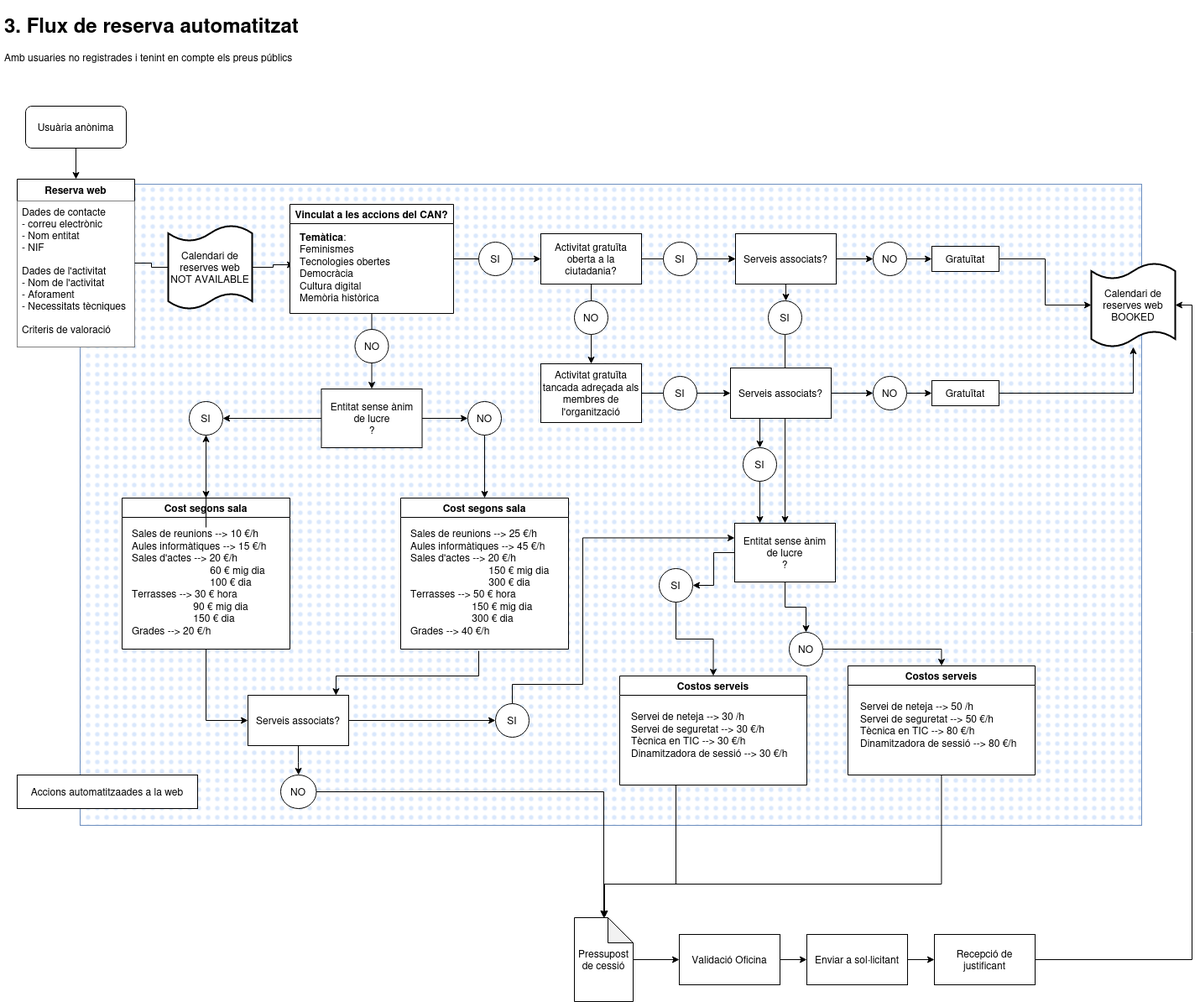
Above: 3-ReservesCanodrom.drawio.png in nuria-alonso/diagrames (draw.io), before the change. Source tidied: cells renumbered, new cells last; positions are measured from the earlier drawing's top-left corner, leaving out a move shared by most shapes.
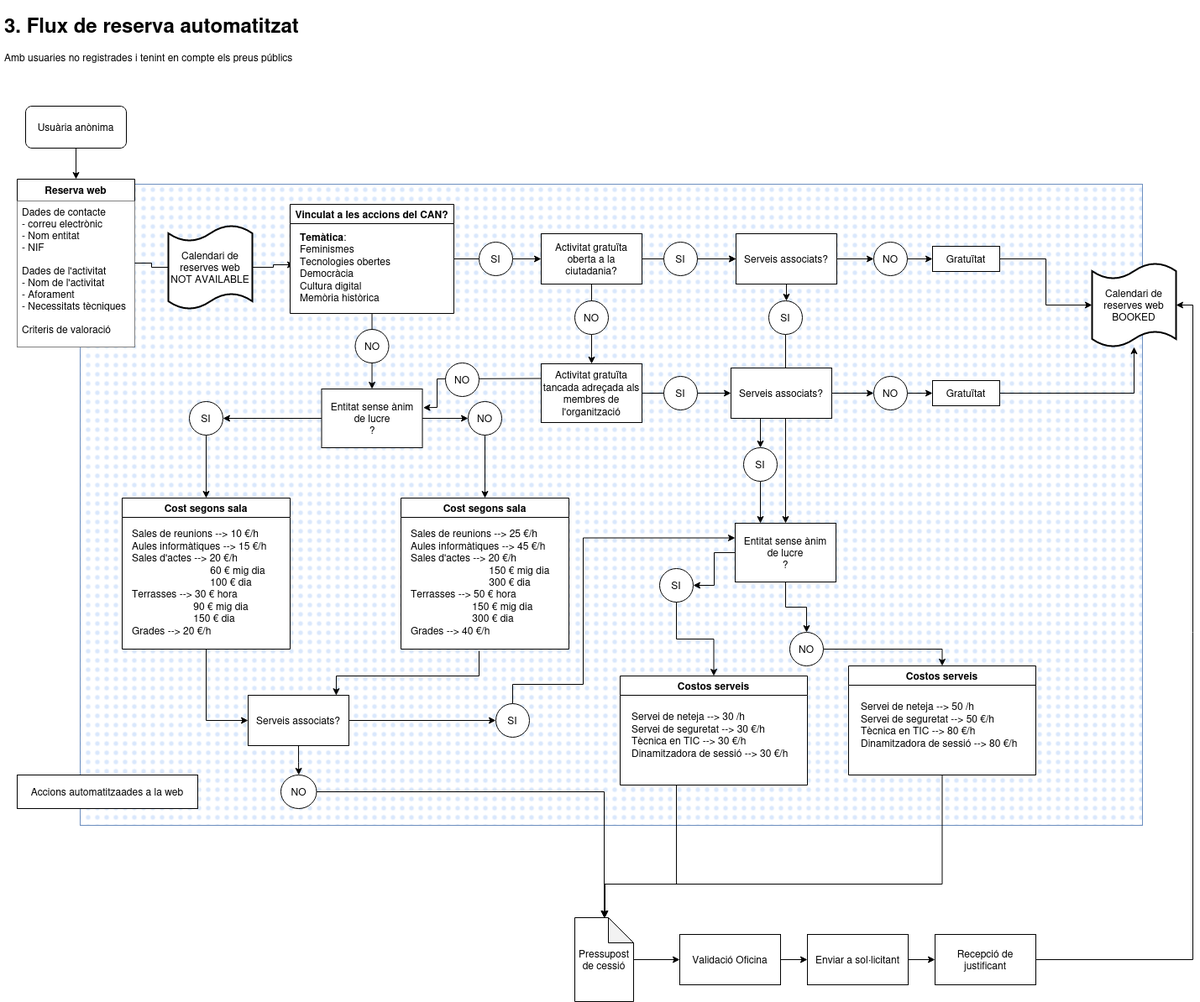
After the change.

The edit, as a diff of the source:
```diff
@@ -270,9 +270,6 @@
     <mxCell id="84" value="Recepció de justificant" style="whiteSpace=wrap;html=1;" parent="1" vertex="1">
       <mxGeometry x="1113" y="1103" width="120" height="60" as="geometry" />
     </mxCell>
-    <mxCell id="85" style="edgeStyle=orthogonalEdgeStyle;rounded=0;jettySize=auto;html=1;" parent="1" edge="1" source="31" target="36">
-      <mxGeometry relative="1" as="geometry" />
-    </mxCell>
     <mxCell id="86" value="&lt;div&gt;Calendari de reserves web&lt;/div&gt;&lt;div&gt;NOT AVAILABLE&lt;br&gt;&lt;/div&gt;" style="shape=tape;whiteSpace=wrap;html=1;strokeWidth=2;size=0.19;" parent="1" vertex="1">
       <mxGeometry x="200" y="258" width="100" height="100" as="geometry" />
     </mxCell>
@@ -288,5 +285,16 @@
         </Array>
       </mxGeometry>
     </mxCell>
+    <mxCell id="89" style="endArrow=classic;html=1;rounded=0;exitX=0;exitY=0.25;exitDx=0;exitDy=0;entryX=1.008;entryY=0.318;entryDx=0;entryDy=0;entryPerimeter=0;" parent="1" edge="1" source="24" target="33">
+      <mxGeometry relative="1" as="geometry">
+        <Array as="points">
+          <mxPoint x="520" y="441" />
+          <mxPoint x="520" y="475" />
+        </Array>
+      </mxGeometry>
+    </mxCell>
+    <mxCell id="90" value="NO" style="ellipse;whiteSpace=wrap;html=1;" parent="1" vertex="1">
+      <mxGeometry x="530" y="422" width="40" height="40" as="geometry" />
+    </mxCell>
   </root>
 </mxGraphModel>
```
